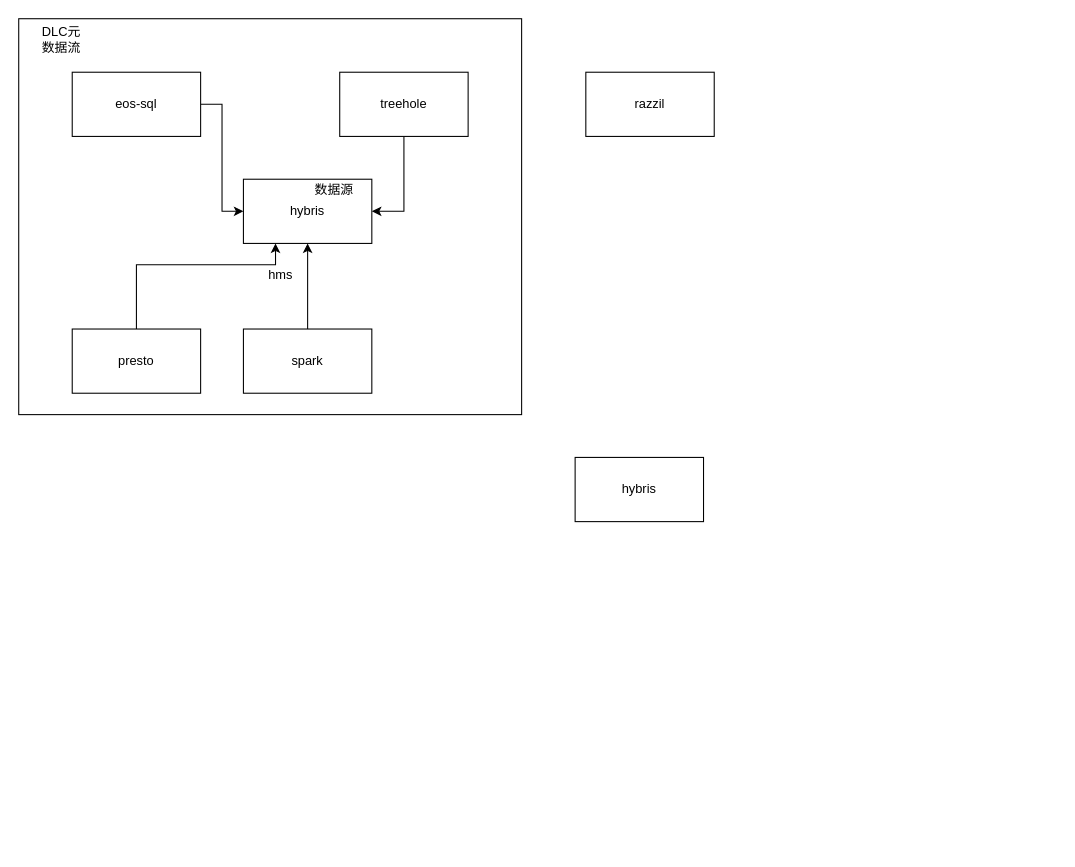
Above: DLC DLF元数据打通方案.drawio in yuhuali1989/ui (draw.io), before the change. Source tidied: cells renumbered, new cells numbered last; positions are measured from the earlier drawing's top-left corner, leaving out a move shared by most shapes. Both pictures are drawn from the tidied source at 107%, with x=0, y=0 at pixel (18, 18).
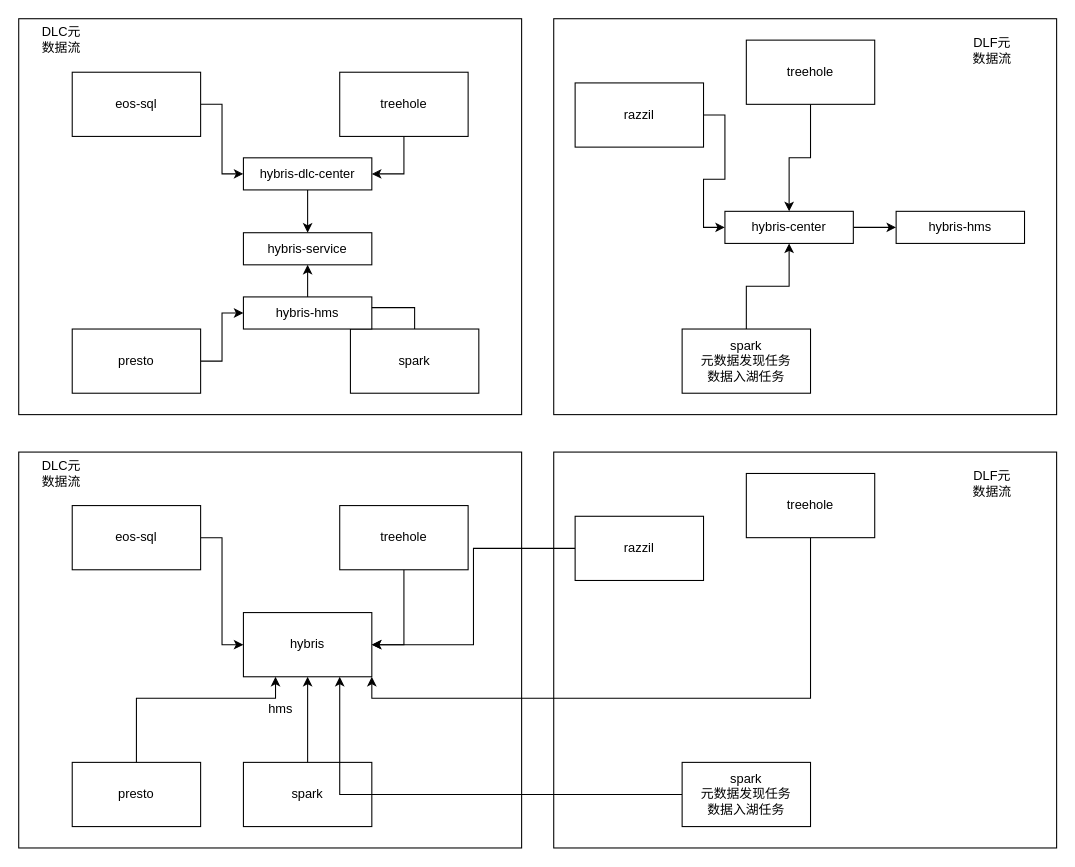
The same diagram, later.

Commit message (it also covers changes not shown here):
Update DLC DLF元数据打通方案.drawio

The change refers to these unchanged cells:
```xml
<mxCell id="7" value="presto" style="rounded=0;whiteSpace=wrap;html=1;" parent="1" vertex="1">
  <mxGeometry x="50" y="290" width="120" height="60" as="geometry" />
</mxCell>
```

Diff of the diagram source:
```diff
@@
+    <mxCell id="17" style="rounded=0;whiteSpace=wrap;html=1;" parent="1" vertex="1">
+      <mxGeometry x="500" width="470" height="370" as="geometry" />
+    </mxCell>
@@
+    <mxCell id="18" style="edgeStyle=orthogonalEdgeStyle;rounded=0;jettySize=auto;html=1;entryX=0.5;entryY=0;entryDx=0;entryDy=0;" parent="1" edge="1" source="3" target="50">
+      <mxGeometry relative="1" as="geometry" />
+    </mxCell>
-    <mxCell id="3" value="hybris" style="rounded=0;whiteSpace=wrap;html=1;" parent="1" vertex="1">
-      <mxGeometry x="210" y="150" width="120" height="60" as="geometry" />
+    <mxCell id="3" value="hybris-dlc-center" style="rounded=0;whiteSpace=wrap;html=1;" parent="1" vertex="1">
+      <mxGeometry x="210" y="130" width="120" height="30" as="geometry" />
     </mxCell>
@@
-    <mxCell id="6" style="edgeStyle=orthogonalEdgeStyle;rounded=0;jettySize=auto;html=1;entryX=0.25;entryY=1;entryDx=0;entryDy=0;" parent="1" edge="1" source="7" target="3">
-      <mxGeometry relative="1" as="geometry">
-        <Array as="points">
-          <mxPoint x="110" y="230" />
-          <mxPoint x="240" y="230" />
-        </Array>
-      </mxGeometry>
-    </mxCell>
+    <mxCell id="19" style="edgeStyle=orthogonalEdgeStyle;rounded=0;jettySize=auto;html=1;entryX=0;entryY=0.5;entryDx=0;entryDy=0;" parent="1" edge="1" source="7" target="48">
+      <mxGeometry relative="1" as="geometry" />
+    </mxCell>
@@
-    <mxCell id="8" style="edgeStyle=orthogonalEdgeStyle;rounded=0;jettySize=auto;html=1;entryX=0.5;entryY=1;entryDx=0;entryDy=0;" parent="1" edge="1" source="9" target="3">
-      <mxGeometry relative="1" as="geometry" />
-    </mxCell>
+    <mxCell id="20" style="edgeStyle=orthogonalEdgeStyle;rounded=0;jettySize=auto;html=1;entryX=1;entryY=0.5;entryDx=0;entryDy=0;" parent="1" edge="1" source="9" target="48">
+      <mxGeometry relative="1" as="geometry" />
+    </mxCell>
     <mxCell id="9" value="spark" style="rounded=0;whiteSpace=wrap;html=1;" parent="1" vertex="1">
-      <mxGeometry x="210" y="290" width="120" height="60" as="geometry" />
+      <mxGeometry x="310" y="290" width="120" height="60" as="geometry" />
     </mxCell>
@@
+    <mxCell id="21" style="edgeStyle=orthogonalEdgeStyle;rounded=0;jettySize=auto;html=1;entryX=0;entryY=0.5;entryDx=0;entryDy=0;" parent="1" edge="1" source="12" target="13">
+      <mxGeometry relative="1" as="geometry" />
+    </mxCell>
     <mxCell id="12" value="razzil" style="rounded=0;whiteSpace=wrap;html=1;" parent="1" vertex="1">
-      <mxGeometry x="530" y="50" width="120" height="60" as="geometry" />
+      <mxGeometry x="520" y="60" width="120" height="60" as="geometry" />
     </mxCell>
+    <mxCell id="22" style="edgeStyle=orthogonalEdgeStyle;rounded=0;jettySize=auto;html=1;exitX=1;exitY=0.5;exitDx=0;exitDy=0;entryX=0;entryY=0.5;entryDx=0;entryDy=0;" parent="1" edge="1" source="13" target="49">
+      <mxGeometry relative="1" as="geometry" />
+    </mxCell>
-    <mxCell id="13" value="hybris" style="rounded=0;whiteSpace=wrap;html=1;" parent="1" vertex="1">
-      <mxGeometry x="520" y="410" width="120" height="60" as="geometry" />
+    <mxCell id="13" value="hybris-center" style="rounded=0;whiteSpace=wrap;html=1;" parent="1" vertex="1">
+      <mxGeometry x="660" y="180" width="120" height="30" as="geometry" />
     </mxCell>
@@
+    <mxCell id="23" style="edgeStyle=orthogonalEdgeStyle;rounded=0;jettySize=auto;html=1;" parent="1" edge="1" source="24" target="13">
+      <mxGeometry relative="1" as="geometry" />
+    </mxCell>
+    <mxCell id="24" value="treehole" style="rounded=0;whiteSpace=wrap;html=1;" parent="1" vertex="1">
+      <mxGeometry x="680" y="20" width="120" height="60" as="geometry" />
+    </mxCell>
+    <mxCell id="25" style="edgeStyle=orthogonalEdgeStyle;rounded=0;jettySize=auto;html=1;entryX=0.5;entryY=1;entryDx=0;entryDy=0;" parent="1" edge="1" source="26" target="13">
+      <mxGeometry relative="1" as="geometry" />
+    </mxCell>
+    <mxCell id="26" value="spark&lt;br&gt;元数据发现任务&lt;br&gt;数据入湖任务" style="rounded=0;whiteSpace=wrap;html=1;" parent="1" vertex="1">
+      <mxGeometry x="620" y="290" width="120" height="60" as="geometry" />
+    </mxCell>
+    <mxCell id="27" value="DLF元数据流" style="text;html=1;strokeColor=none;fillColor=none;align=center;verticalAlign=middle;whiteSpace=wrap;rounded=0;" parent="1" vertex="1">
+      <mxGeometry x="890" y="20" width="40" height="20" as="geometry" />
+    </mxCell>
+    <mxCell id="28" style="rounded=0;whiteSpace=wrap;html=1;" parent="1" vertex="1">
+      <mxGeometry x="500" y="405" width="470" height="370" as="geometry" />
+    </mxCell>
+    <mxCell id="29" style="rounded=0;whiteSpace=wrap;html=1;" parent="1" vertex="1">
+      <mxGeometry y="405" width="470" height="370" as="geometry" />
+    </mxCell>
+    <mxCell id="30" value="hybris" style="rounded=0;whiteSpace=wrap;html=1;" parent="1" vertex="1">
+      <mxGeometry x="210" y="555" width="120" height="60" as="geometry" />
+    </mxCell>
+    <mxCell id="31" style="edgeStyle=orthogonalEdgeStyle;rounded=0;jettySize=auto;html=1;entryX=0;entryY=0.5;entryDx=0;entryDy=0;" parent="1" edge="1" source="32" target="30">
+      <mxGeometry relative="1" as="geometry" />
+    </mxCell>
+    <mxCell id="32" value="eos-sql" style="rounded=0;whiteSpace=wrap;html=1;" parent="1" vertex="1">
+      <mxGeometry x="50" y="455" width="120" height="60" as="geometry" />
+    </mxCell>
+    <mxCell id="33" style="edgeStyle=orthogonalEdgeStyle;rounded=0;jettySize=auto;html=1;entryX=0.25;entryY=1;entryDx=0;entryDy=0;" parent="1" edge="1" source="34" target="30">
+      <mxGeometry relative="1" as="geometry">
+        <Array as="points">
+          <mxPoint x="110" y="635" />
+          <mxPoint x="240" y="635" />
+        </Array>
+      </mxGeometry>
+    </mxCell>
+    <mxCell id="34" value="presto" style="rounded=0;whiteSpace=wrap;html=1;" parent="1" vertex="1">
+      <mxGeometry x="50" y="695" width="120" height="60" as="geometry" />
+    </mxCell>
+    <mxCell id="35" style="edgeStyle=orthogonalEdgeStyle;rounded=0;jettySize=auto;html=1;entryX=0.5;entryY=1;entryDx=0;entryDy=0;" parent="1" edge="1" source="36" target="30">
+      <mxGeometry relative="1" as="geometry" />
+    </mxCell>
+    <mxCell id="36" value="spark" style="rounded=0;whiteSpace=wrap;html=1;" parent="1" vertex="1">
+      <mxGeometry x="210" y="695" width="120" height="60" as="geometry" />
+    </mxCell>
+    <mxCell id="37" style="edgeStyle=orthogonalEdgeStyle;rounded=0;jettySize=auto;html=1;entryX=1;entryY=0.5;entryDx=0;entryDy=0;" parent="1" edge="1" source="38" target="30">
+      <mxGeometry relative="1" as="geometry" />
+    </mxCell>
+    <mxCell id="38" value="treehole" style="rounded=0;whiteSpace=wrap;html=1;" parent="1" vertex="1">
+      <mxGeometry x="300" y="455" width="120" height="60" as="geometry" />
+    </mxCell>
+    <mxCell id="39" style="edgeStyle=orthogonalEdgeStyle;rounded=0;jettySize=auto;html=1;entryX=1;entryY=0.5;entryDx=0;entryDy=0;" parent="1" edge="1" source="40" target="30">
+      <mxGeometry relative="1" as="geometry" />
+    </mxCell>
+    <mxCell id="40" value="razzil" style="rounded=0;whiteSpace=wrap;html=1;" parent="1" vertex="1">
+      <mxGeometry x="520" y="465" width="120" height="60" as="geometry" />
+    </mxCell>
+    <mxCell id="41" value="DLC元数据流" style="text;html=1;strokeColor=none;fillColor=none;align=center;verticalAlign=middle;whiteSpace=wrap;rounded=0;" parent="1" vertex="1">
+      <mxGeometry x="20" y="415" width="40" height="20" as="geometry" />
+    </mxCell>
     <mxCell id="15" value="hms" style="text;html=1;strokeColor=none;fillColor=none;align=center;verticalAlign=middle;whiteSpace=wrap;rounded=0;" parent="1" vertex="1">
-      <mxGeometry x="220" y="230" width="50" height="20" as="geometry" />
+      <mxGeometry x="220" y="635" width="50" height="20" as="geometry" />
     </mxCell>
-    <mxCell id="16" value="数据源" style="text;html=1;strokeColor=none;fillColor=none;align=center;verticalAlign=middle;whiteSpace=wrap;rounded=0;" parent="1" vertex="1">
-      <mxGeometry x="270" y="150" width="50" height="20" as="geometry" />
-    </mxCell>
+    <mxCell id="42" style="edgeStyle=orthogonalEdgeStyle;rounded=0;jettySize=auto;html=1;entryX=1;entryY=1;entryDx=0;entryDy=0;" parent="1" edge="1" source="43" target="30">
+      <mxGeometry relative="1" as="geometry">
+        <Array as="points">
+          <mxPoint x="740" y="635" />
+          <mxPoint x="330" y="635" />
+        </Array>
+      </mxGeometry>
+    </mxCell>
+    <mxCell id="43" value="treehole" style="rounded=0;whiteSpace=wrap;html=1;" parent="1" vertex="1">
+      <mxGeometry x="680" y="425" width="120" height="60" as="geometry" />
+    </mxCell>
+    <mxCell id="44" style="edgeStyle=orthogonalEdgeStyle;rounded=0;jettySize=auto;html=1;entryX=0.75;entryY=1;entryDx=0;entryDy=0;" parent="1" edge="1" source="45" target="30">
+      <mxGeometry relative="1" as="geometry" />
+    </mxCell>
+    <mxCell id="45" value="spark&lt;br&gt;元数据发现任务&lt;br&gt;数据入湖任务" style="rounded=0;whiteSpace=wrap;html=1;" parent="1" vertex="1">
+      <mxGeometry x="620" y="695" width="120" height="60" as="geometry" />
+    </mxCell>
+    <mxCell id="46" value="DLF元数据流" style="text;html=1;strokeColor=none;fillColor=none;align=center;verticalAlign=middle;whiteSpace=wrap;rounded=0;" parent="1" vertex="1">
+      <mxGeometry x="890" y="425" width="40" height="20" as="geometry" />
+    </mxCell>
+    <mxCell id="47" style="edgeStyle=orthogonalEdgeStyle;rounded=0;jettySize=auto;html=1;" parent="1" edge="1" source="48" target="50">
+      <mxGeometry relative="1" as="geometry" />
+    </mxCell>
+    <mxCell id="48" value="hybris-hms" style="rounded=0;whiteSpace=wrap;html=1;" parent="1" vertex="1">
+      <mxGeometry x="210" y="260" width="120" height="30" as="geometry" />
+    </mxCell>
+    <mxCell id="49" value="hybris-hms" style="rounded=0;whiteSpace=wrap;html=1;" parent="1" vertex="1">
+      <mxGeometry x="820" y="180" width="120" height="30" as="geometry" />
+    </mxCell>
+    <mxCell id="50" value="hybris-service" style="rounded=0;whiteSpace=wrap;html=1;" parent="1" vertex="1">
+      <mxGeometry x="210" y="200" width="120" height="30" as="geometry" />
+    </mxCell>
```
